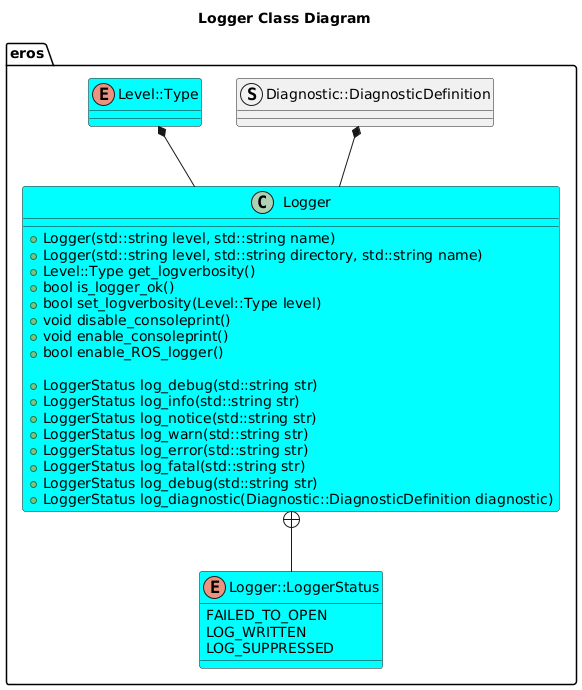
Above: include/eros/doc/output/LoggerClassDiagram.png in dgitz/eros (PlantUML), before the change.
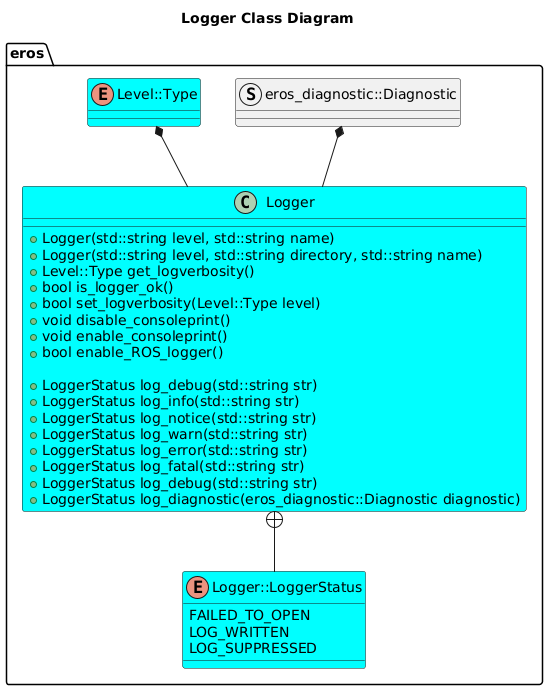
Above is the later version.

The edit, as a diff of the source:
```diff
@@ -3,7 +3,7 @@
 package eros {
 enum Logger::LoggerStatus
 
-struct Diagnostic::DiagnosticDefinition
+struct eros_diagnostic::Diagnostic
 class Logger #Cyan {
     +Logger(std::string level, std::string name)
     +Logger(std::string level, std::string directory, std::string name)
@@ -21,7 +21,7 @@
     +LoggerStatus log_error(std::string str)
     +LoggerStatus log_fatal(std::string str)
     +LoggerStatus log_debug(std::string str)
-    +LoggerStatus log_diagnostic(Diagnostic::DiagnosticDefinition diagnostic)
+    +LoggerStatus log_diagnostic(eros_diagnostic::Diagnostic diagnostic)
 
 }
 enum Level::Type #Cyan
@@ -32,6 +32,6 @@
 }
 Logger +-- Logger::LoggerStatus
 Level::Type *-- Logger
-Diagnostic::DiagnosticDefinition *-- Logger
+eros_diagnostic::Diagnostic *-- Logger
 }
 @enduml
```
